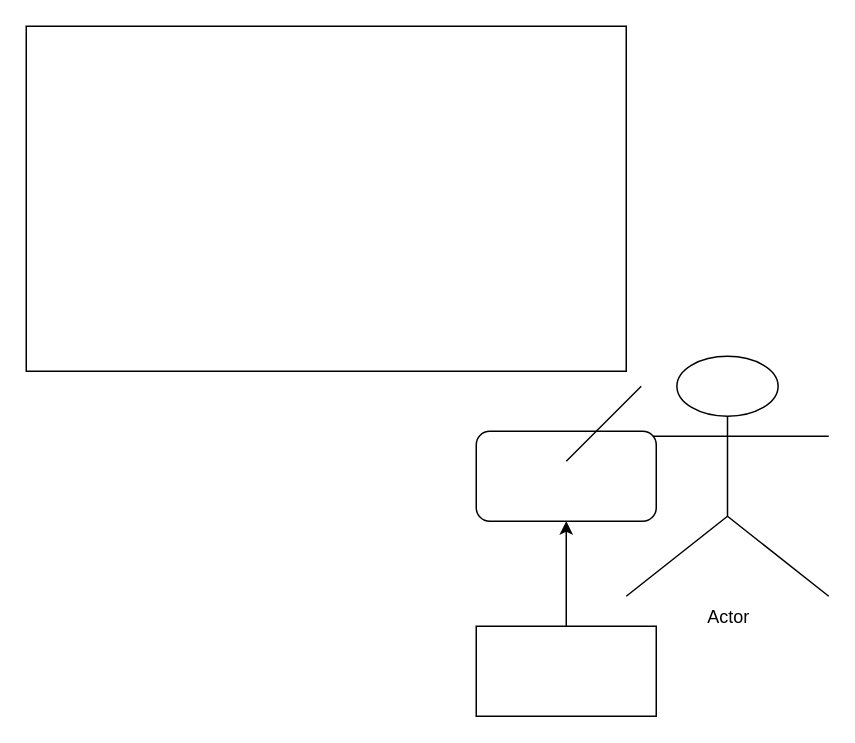
The draw.io diagram Untitled Diagram.drawio in KevinCordoba/Proyecto_POO_1, before the edit. Source tidied: cells renumbered, new cells numbered last; positions are measured from the earlier drawing's top-left corner, leaving out a move shared by most shapes. Both pictures are drawn from the tidied source at 150%, with x=0, y=0 at pixel (26, 26).
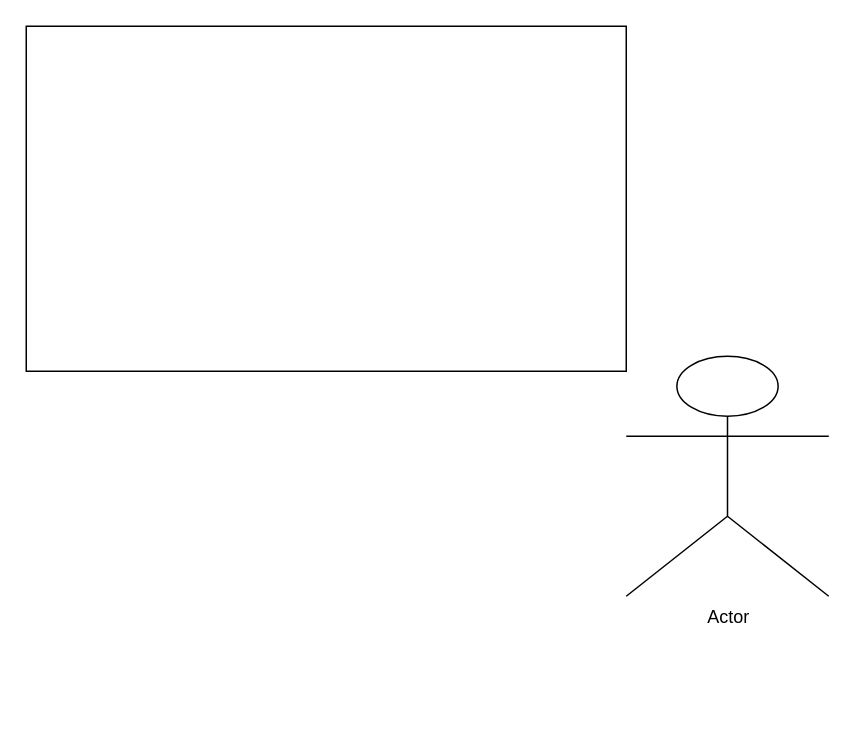
The same page after the edit.

Change to the diagram source:
```diff
@@
 <mxGraphModel>
   <root>
     <mxCell id="0" />
     <mxCell id="1" parent="0" />
     <mxCell id="2" style="rounded=0;whiteSpace=wrap;html=1;" parent="1" vertex="1">
       <mxGeometry width="400" height="230" as="geometry" />
     </mxCell>
     <mxCell id="3" value="Actor" style="shape=umlActor;verticalLabelPosition=bottom;verticalAlign=top;html=1;" parent="1" vertex="1">
       <mxGeometry x="400" y="220" width="135" height="160" as="geometry" />
     </mxCell>
-    <mxCell id="4" style="rounded=1;whiteSpace=wrap;html=1;" parent="1" vertex="1">
-      <mxGeometry x="300" y="270" width="120" height="60" as="geometry" />
-    </mxCell>
-    <mxCell id="5" style="edgeStyle=orthogonalEdgeStyle;rounded=0;jettySize=auto;html=1;exitX=0.5;exitY=0;exitDx=0;exitDy=0;entryX=0.5;entryY=1;entryDx=0;entryDy=0;" parent="1" edge="1" source="6" target="4">
-      <mxGeometry relative="1" as="geometry" />
-    </mxCell>
-    <mxCell id="6" style="rounded=0;whiteSpace=wrap;html=1;" parent="1" vertex="1">
-      <mxGeometry x="300" y="400" width="120" height="60" as="geometry" />
-    </mxCell>
-    <mxCell id="7" style="endArrow=none;html=1;" parent="1" edge="1">
-      <mxGeometry relative="1" as="geometry">
-        <mxPoint x="360" y="290" as="sourcePoint" />
-        <mxPoint x="410" y="240" as="targetPoint" />
-      </mxGeometry>
-    </mxCell>
   </root>
 </mxGraphModel>
```
